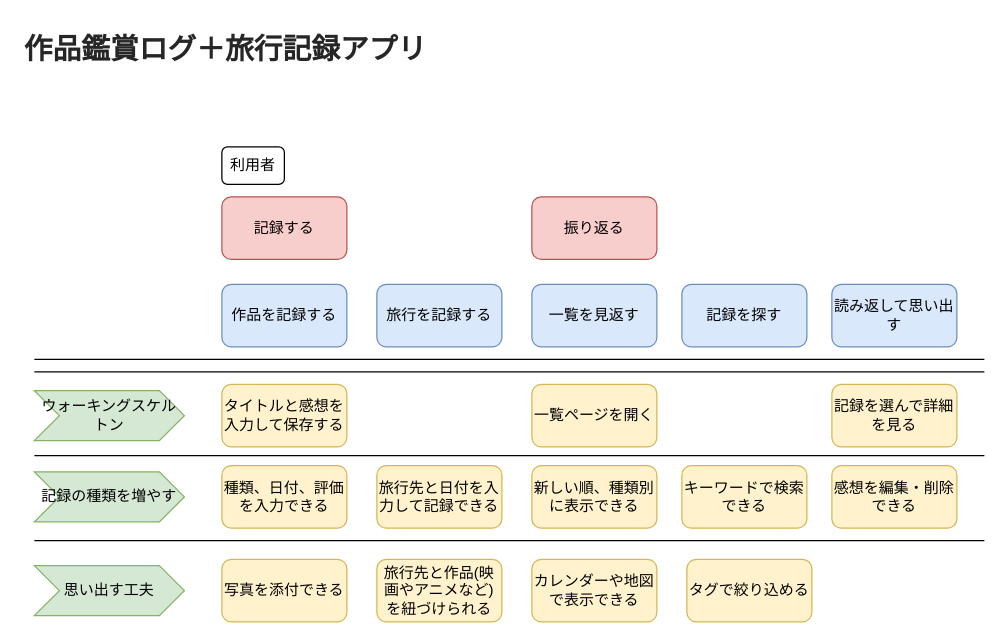
Before: docs/storymap.drawio in sho1118/my-memo, a draw.io diagram. Source tidied: cells renumbered, new cells numbered last; positions are measured from the earlier drawing's top-left corner, leaving out a move shared by most shapes. Both pictures are drawn from the tidied source at 125%, with x=0, y=0 at pixel (21, 21).
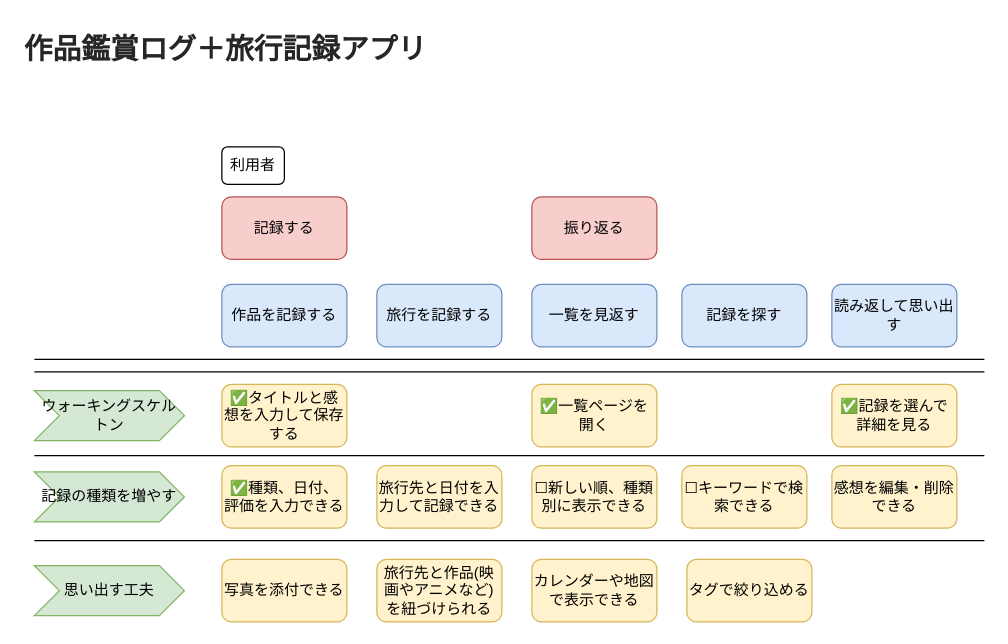
The same diagram, later.

Commit message:
ストーリーマップの更新

The edit, as a diff of the source:
```diff
@@
-    <mxCell id="14" value="タイトルと感想を入力して保存する" style="rounded=1;whiteSpace=wrap;html=1;roundedPerimeter=1;fillColor=#fff2cc;strokeColor=#d6b656;" parent="1" vertex="1">
+    <mxCell id="14" value="✅タイトルと感想を入力して保存する" style="rounded=1;whiteSpace=wrap;html=1;roundedPerimeter=1;fillColor=#fff2cc;strokeColor=#d6b656;" parent="1" vertex="1">
       <mxGeometry x="160" y="290" width="100" height="50" as="geometry" />
     </mxCell>
-    <mxCell id="15" value="種類、日付、評価を入力できる" style="rounded=1;whiteSpace=wrap;html=1;roundedPerimeter=1;fillColor=#fff2cc;strokeColor=#d6b656;" parent="1" vertex="1">
+    <mxCell id="15" value="✅種類、日付、評価を入力できる" style="rounded=1;whiteSpace=wrap;html=1;roundedPerimeter=1;fillColor=#fff2cc;strokeColor=#d6b656;" parent="1" vertex="1">
       <mxGeometry x="160" y="355" width="100" height="50" as="geometry" />
     </mxCell>
@@
-    <mxCell id="19" value="一覧ページを開く" style="rounded=1;whiteSpace=wrap;html=1;roundedPerimeter=1;fillColor=#fff2cc;strokeColor=#d6b656;" parent="1" vertex="1">
+    <mxCell id="19" value="✅一覧ページを開く" style="rounded=1;whiteSpace=wrap;html=1;roundedPerimeter=1;fillColor=#fff2cc;strokeColor=#d6b656;" parent="1" vertex="1">
       <mxGeometry x="408" y="290" width="100" height="50" as="geometry" />
     </mxCell>
-    <mxCell id="20" value="記録を選んで詳細を見る" style="rounded=1;whiteSpace=wrap;html=1;roundedPerimeter=1;fillColor=#fff2cc;strokeColor=#d6b656;" parent="1" vertex="1">
+    <mxCell id="20" value="✅記録を選んで詳細を見る" style="rounded=1;whiteSpace=wrap;html=1;roundedPerimeter=1;fillColor=#fff2cc;strokeColor=#d6b656;" parent="1" vertex="1">
       <mxGeometry x="648" y="290" width="100" height="50" as="geometry" />
     </mxCell>
-    <mxCell id="21" value="新しい順、種類別に表示できる" style="rounded=1;whiteSpace=wrap;html=1;roundedPerimeter=1;fillColor=#fff2cc;strokeColor=#d6b656;" parent="1" vertex="1">
+    <mxCell id="21" value="☐新しい順、種類別に表示できる" style="rounded=1;whiteSpace=wrap;html=1;roundedPerimeter=1;fillColor=#fff2cc;strokeColor=#d6b656;" parent="1" vertex="1">
       <mxGeometry x="408" y="355" width="100" height="50" as="geometry" />
     </mxCell>
@@
-    <mxCell id="23" value="キーワードで検索できる" style="rounded=1;whiteSpace=wrap;html=1;roundedPerimeter=1;fillColor=#fff2cc;strokeColor=#d6b656;" parent="1" vertex="1">
+    <mxCell id="23" value="☐キーワードで検索できる" style="rounded=1;whiteSpace=wrap;html=1;roundedPerimeter=1;fillColor=#fff2cc;strokeColor=#d6b656;" parent="1" vertex="1">
       <mxGeometry x="528" y="355" width="100" height="50" as="geometry" />
     </mxCell>
```
